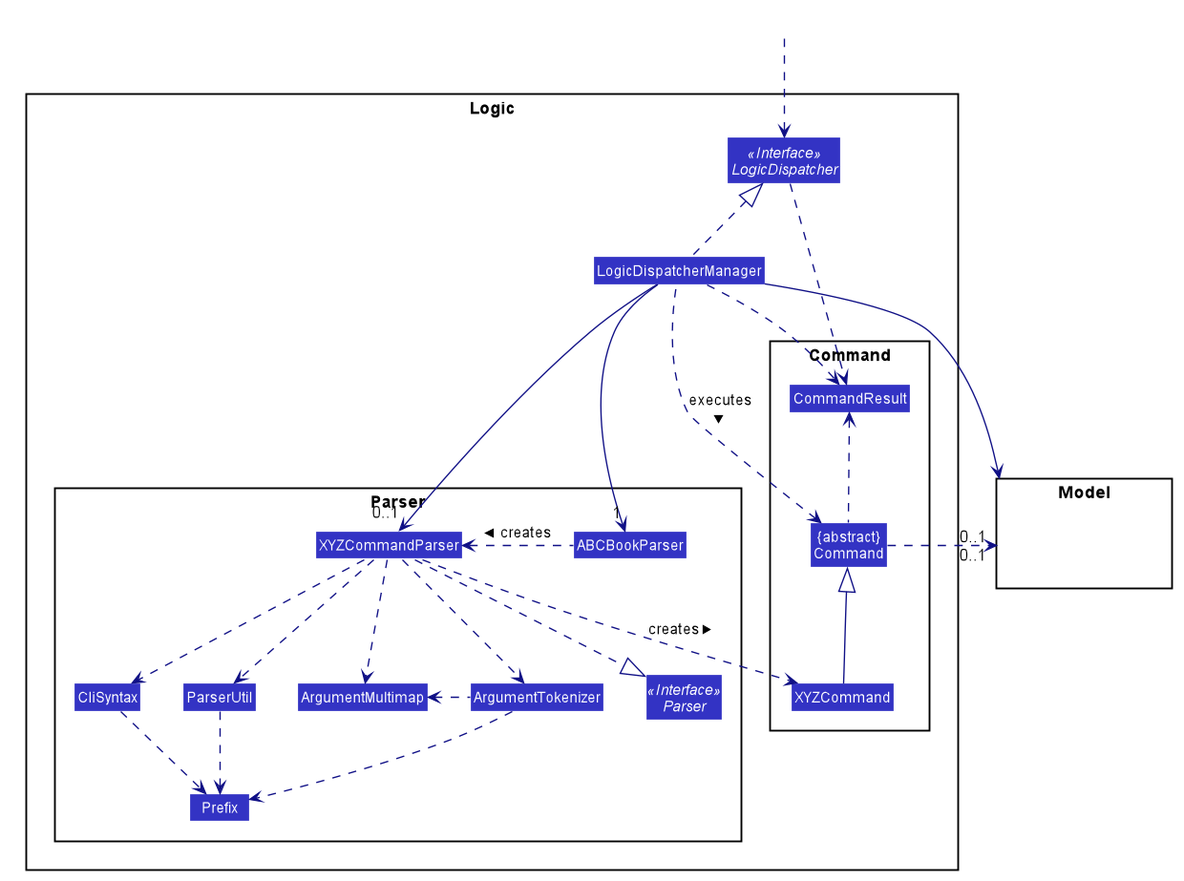
shadowezz/Productiv keeps this PlantUML diagram as docs/images/LogicClassDiagram.png. Above is the earlier version.
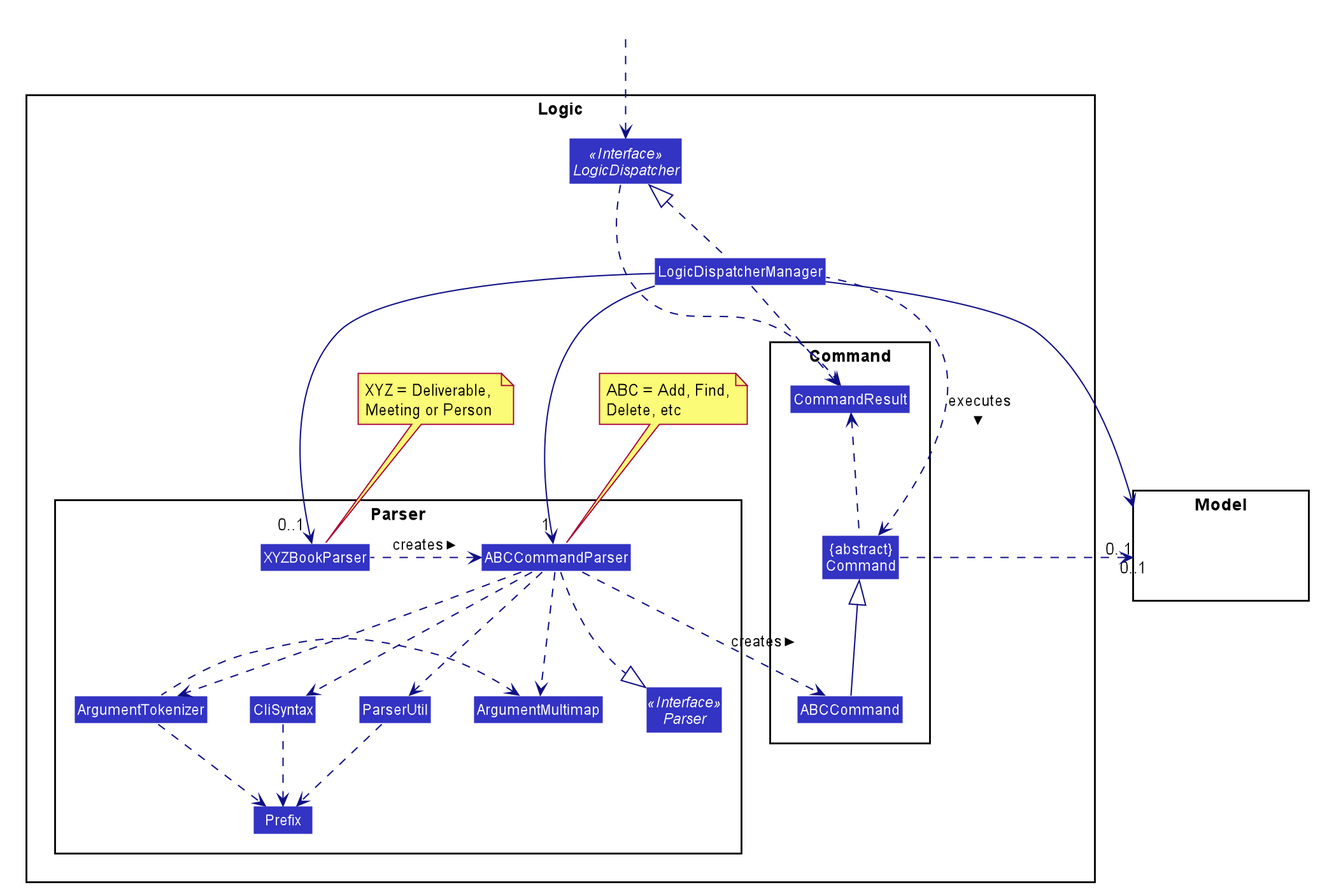
Later version of the same file.

Diff of the diagram source:
```diff
@@ -48,6 +48,7 @@
 hide members
 hide circle
 
+scale 1.5
 
 skinparam arrowThickness 1.1
 skinparam arrowColor #101086
@@ -57,8 +58,8 @@
 
 package Parser {
 Interface Parser <<Interface>>
-Class ABCBookParser
-Class XYZCommandParser
+Class XYZBookParser
+Class ABCCommandParser
 Class CliSyntax
 Class ParserUtil
 Class ArgumentMultimap
@@ -67,13 +68,17 @@
 }
 
 package Command {
-Class XYZCommand
+Class ABCCommand
 Class CommandResult
 Class "{abstract}\nCommand" as Command
 }
 
 Interface LogicDispatcher <<Interface>>
 Class LogicDispatcherManager
+
+note top of ABCCommandParser: ABC = Add, Find,\nDelete, etc
+note top of XYZBookParser: XYZ = Deliverable, \nMeeting or Person
+
 }
 
 package Model{
@@ -84,25 +89,25 @@
 HiddenOutside ..> LogicDispatcher
 
 LogicDispatcherManager .up.|> LogicDispatcher
-LogicDispatcherManager -->"1" ABCBookParser
-ABCBookParser .left.> XYZCommandParser: creates >
+LogicDispatcherManager -->"0..1" XYZBookParser
+XYZBookParser .left.> ABCCommandParser: creates >
 
-XYZCommandParser ..> XYZCommand : creates >
-XYZCommandParser ..|> Parser
-XYZCommandParser ..> ArgumentMultimap
-XYZCommandParser ..> ArgumentTokenizer
+ABCCommandParser ..> ABCCommand : creates >
+ABCCommandParser ..|> Parser
+ABCCommandParser ..> ArgumentMultimap
+ABCCommandParser ..> ArgumentTokenizer
 ArgumentTokenizer .left.> ArgumentMultimap
-XYZCommandParser ..> CliSyntax
+ABCCommandParser ..> CliSyntax
 CliSyntax ..> Prefix
-XYZCommandParser ..> ParserUtil
+ABCCommandParser ..> ParserUtil
 ParserUtil .down.> Prefix
 ArgumentTokenizer .down.> Prefix
-XYZCommand -up-|> Command
+ABCCommand -up-|> Command
 LogicDispatcherManager .left.> Command : executes >
-LogicDispatcherManager -> "0..1           " Model
-LogicDispatcherManager ---> "0..1" XYZCommandParser
+LogicDispatcherManager -> "0..1      " Model
+LogicDispatcherManager ---> "1" ABCCommandParser
 
-Command .> "0..1    " Model
+Command .> "0..1  " Model
 
 LogicDispatcher ..> CommandResult
 LogicDispatcherManager .down.> CommandResult
```
